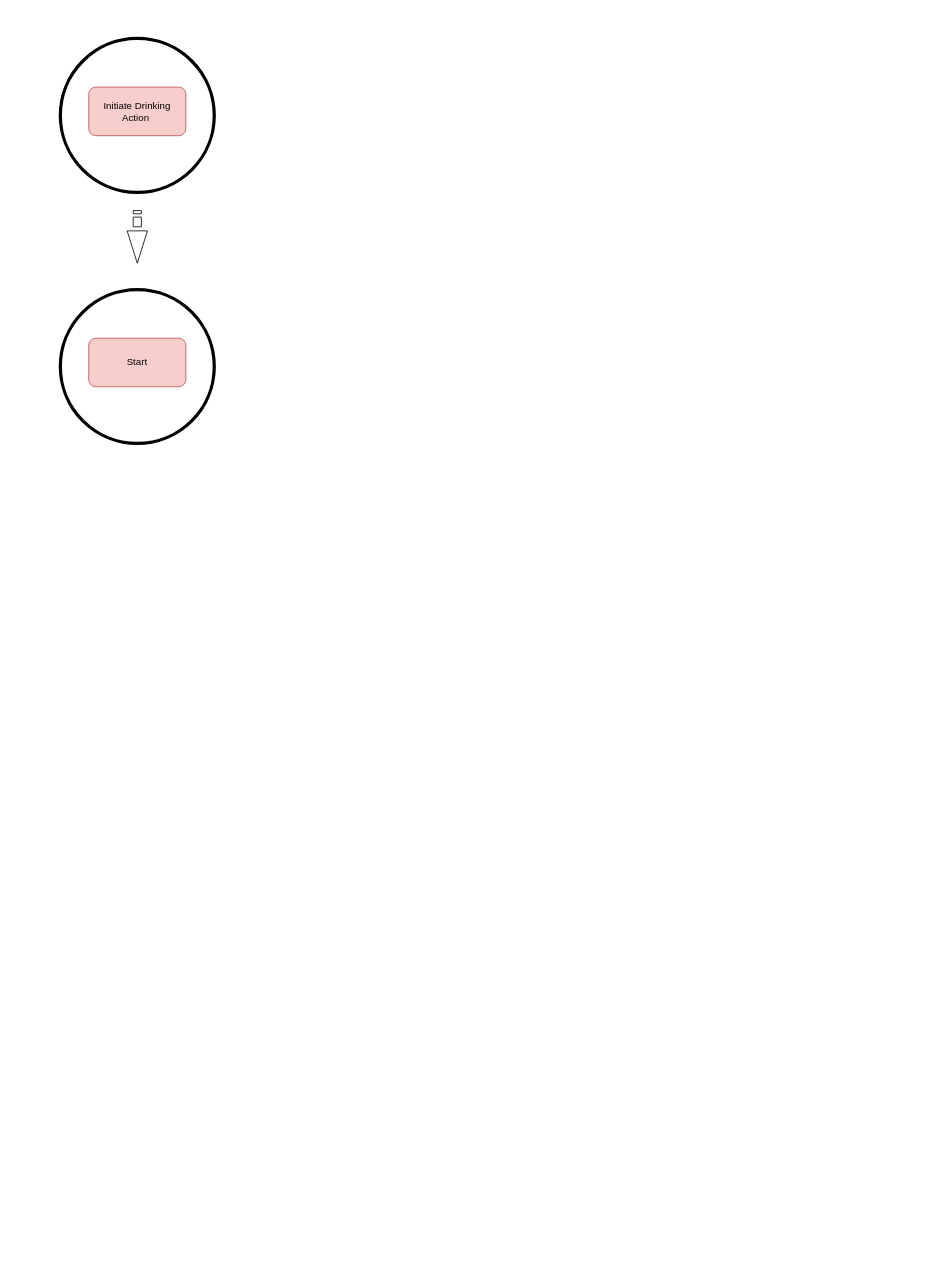
The draw.io diagram DataCollectionApp/FlowDiagram.drawio in io23632/ML_Project, before the edit. Source tidied: cells renumbered, new cells numbered last; positions are measured from the earlier drawing's top-left corner, leaving out a move shared by most shapes. Both pictures are drawn from the tidied source at 81%, with x=0, y=0 at pixel (60, 38).
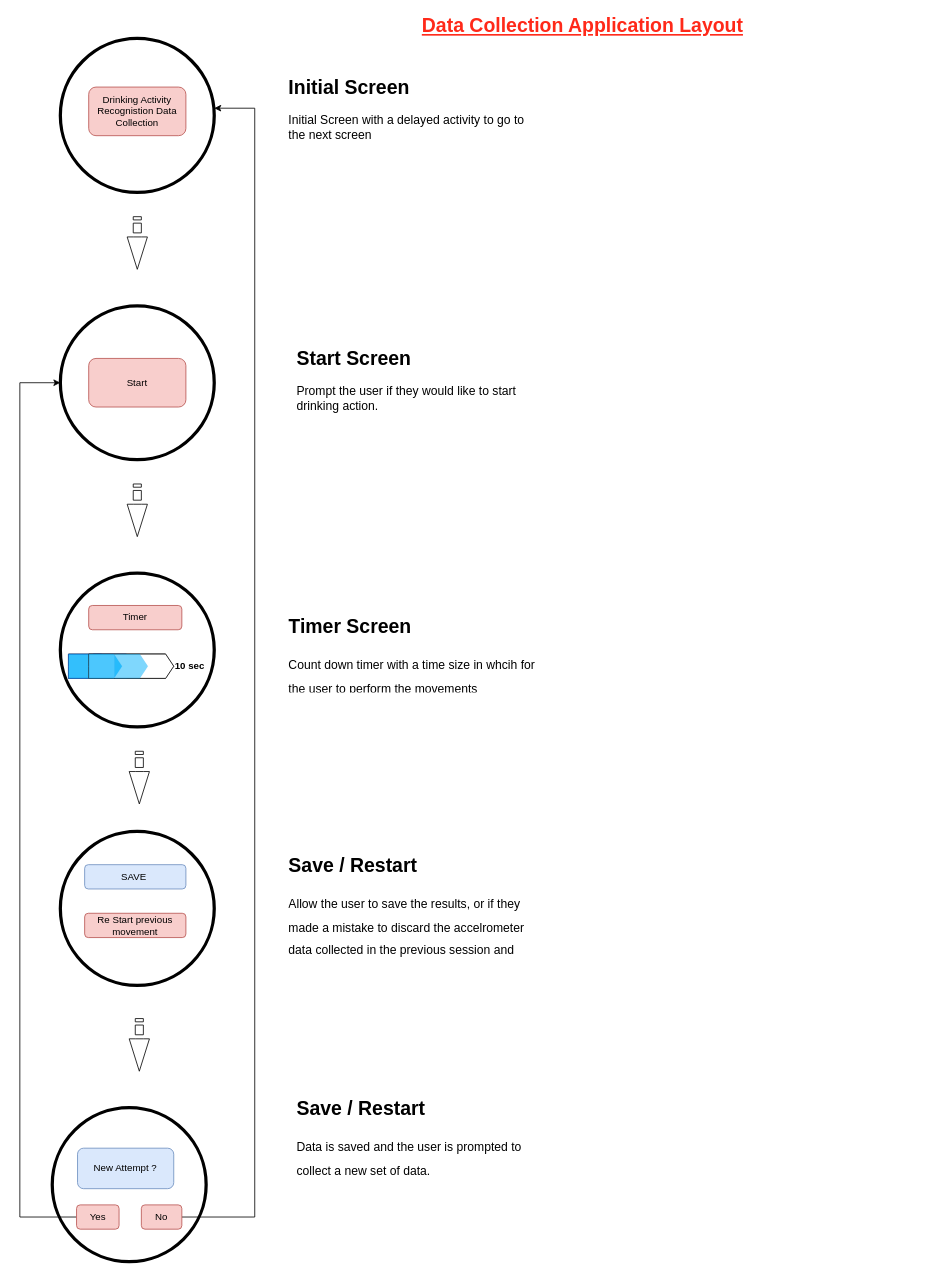
The same page after the edit.

The change refers to these unchanged cells:
```xml
<mxCell id="2" style="ellipse;whiteSpace=wrap;html=1;gradientColor=none;strokeWidth=4;" parent="1" vertex="1">
  <mxGeometry width="190" height="190" as="geometry" />
</mxCell>
```

Diff of the diagram source:
```diff
@@
-    <mxCell id="3" value="Initiate Drinking Action&amp;nbsp;" style="rounded=1;whiteSpace=wrap;html=1;fillColor=#f8cecc;strokeColor=#b85450;" parent="1" vertex="1">
+    <mxCell id="3" value="Drinking Activity Recognistion Data Collection" style="rounded=1;whiteSpace=wrap;html=1;fillColor=#f8cecc;strokeColor=#b85450;" parent="1" vertex="1">
       <mxGeometry x="35" y="60" width="120" height="60" as="geometry" />
     </mxCell>
     <mxCell id="4" style="html=1;shadow=0;dashed=0;align=center;verticalAlign=middle;shape=mxgraph.arrows2.stripedArrow;dy=0.6;dx=40;notch=25;rotation=90;" parent="1" vertex="1">
-      <mxGeometry x="62.5" y="232.5" width="65" height="25" as="geometry" />
+      <mxGeometry x="62.5" y="240" width="65" height="25" as="geometry" />
     </mxCell>
     <mxCell id="5" style="ellipse;whiteSpace=wrap;html=1;gradientColor=none;strokeWidth=4;" parent="1" vertex="1">
-      <mxGeometry y="310" width="190" height="190" as="geometry" />
+      <mxGeometry y="330" width="190" height="190" as="geometry" />
     </mxCell>
     <mxCell id="6" value="Start" style="rounded=1;whiteSpace=wrap;html=1;fillColor=#f8cecc;strokeColor=#b85450;" parent="1" vertex="1">
-      <mxGeometry x="35" y="370" width="120" height="60" as="geometry" />
+      <mxGeometry x="35" y="395" width="120" height="60" as="geometry" />
     </mxCell>
+    <mxCell id="7" value="&lt;h1 style=&quot;margin-top: 0px;&quot;&gt;Initial Screen&lt;/h1&gt;&lt;p&gt;&lt;font style=&quot;font-size: 15px;&quot;&gt;Initial Screen with a delayed activity to go to the next screen&lt;/font&gt;&lt;/p&gt;" style="text;html=1;whiteSpace=wrap;overflow=hidden;rounded=0;" parent="1" vertex="1">
+      <mxGeometry x="280" y="40" width="310" height="100" as="geometry" />
+    </mxCell>
+    <mxCell id="8" value="&lt;h1 style=&quot;margin-top: 0px;&quot;&gt;Start Screen&lt;/h1&gt;&lt;p&gt;&lt;font style=&quot;font-size: 15px;&quot;&gt;Prompt the user if they would like to start drinking action.&lt;/font&gt;&lt;/p&gt;" style="text;html=1;whiteSpace=wrap;overflow=hidden;rounded=0;" parent="1" vertex="1">
+      <mxGeometry x="290" y="375" width="310" height="100" as="geometry" />
+    </mxCell>
+    <mxCell id="9" value="&lt;font color=&quot;#ff2919&quot; style=&quot;font-size: 24px;&quot;&gt;&lt;b&gt;&lt;u&gt;Data Collection Application Layout&lt;/u&gt;&lt;/b&gt;&lt;/font&gt;" style="text;html=1;align=center;verticalAlign=middle;whiteSpace=wrap;rounded=0;" parent="1" vertex="1">
+      <mxGeometry x="240" y="-30" width="810" height="30" as="geometry" />
+    </mxCell>
+    <mxCell id="10" style="html=1;shadow=0;dashed=0;align=center;verticalAlign=middle;shape=mxgraph.arrows2.stripedArrow;dy=0.6;dx=40;notch=25;rotation=90;" parent="1" vertex="1">
+      <mxGeometry x="62.5" y="570" width="65" height="25" as="geometry" />
+    </mxCell>
+    <mxCell id="11" value="&lt;pre style=&quot;&quot;&gt;&lt;br&gt;&lt;/pre&gt;" style="ellipse;whiteSpace=wrap;html=1;gradientColor=none;strokeWidth=4;" parent="1" vertex="1">
+      <mxGeometry y="660" width="190" height="190" as="geometry" />
+    </mxCell>
+    <mxCell id="12" value="&lt;h1 style=&quot;margin-top: 0px;&quot;&gt;&lt;span style=&quot;background-color: initial;&quot;&gt;Timer Screen&amp;nbsp;&lt;/span&gt;&lt;/h1&gt;&lt;h1 style=&quot;margin-top: 0px;&quot;&gt;&lt;span style=&quot;font-size: 15px; background-color: initial; font-weight: normal;&quot;&gt;Count down timer with a time size in whcih for the user to perform the movements&amp;nbsp;&lt;/span&gt;&lt;br&gt;&lt;/h1&gt;" style="text;html=1;whiteSpace=wrap;overflow=hidden;rounded=0;" parent="1" vertex="1">
+      <mxGeometry x="280" y="705" width="310" height="100" as="geometry" />
+    </mxCell>
+    <mxCell id="13" value="&lt;pre style=&quot;&quot;&gt;&lt;br&gt;&lt;/pre&gt;" style="ellipse;whiteSpace=wrap;html=1;gradientColor=none;strokeWidth=4;" parent="1" vertex="1">
+      <mxGeometry y="979" width="190" height="190" as="geometry" />
+    </mxCell>
+    <mxCell id="14" value="SAVE&amp;nbsp;" style="rounded=1;whiteSpace=wrap;html=1;fillColor=#dae8fc;strokeColor=#6c8ebf;" parent="1" vertex="1">
+      <mxGeometry x="30" y="1020" width="125" height="30" as="geometry" />
+    </mxCell>
+    <mxCell id="15" style="html=1;shadow=0;dashed=0;align=center;verticalAlign=middle;shape=mxgraph.arrows2.stripedArrow;dy=0.6;dx=40;notch=25;rotation=90;" parent="1" vertex="1">
+      <mxGeometry x="65" y="900" width="65" height="25" as="geometry" />
+    </mxCell>
+    <mxCell id="16" value="Re Start previous movement" style="rounded=1;whiteSpace=wrap;html=1;fillColor=#f8cecc;strokeColor=#b85450;" parent="1" vertex="1">
+      <mxGeometry x="30" y="1080" width="125" height="30" as="geometry" />
+    </mxCell>
+    <mxCell id="17" value="&lt;h1 style=&quot;margin-top: 0px;&quot;&gt;&lt;span style=&quot;background-color: initial;&quot;&gt;Save / Restart&amp;nbsp;&lt;/span&gt;&lt;/h1&gt;&lt;h1 style=&quot;margin-top: 0px;&quot;&gt;&lt;span style=&quot;font-size: 15px; font-weight: 400;&quot;&gt;Allow the user to save the results, or if they made a mistake to discard the accelrometer data collected in the previous session and&amp;nbsp;&lt;/span&gt;&lt;/h1&gt;" style="text;html=1;whiteSpace=wrap;overflow=hidden;rounded=0;" parent="1" vertex="1">
+      <mxGeometry x="280" y="1000" width="310" height="160" as="geometry" />
+    </mxCell>
+    <mxCell id="18" value="Timer" style="rounded=1;whiteSpace=wrap;html=1;fillColor=#f8cecc;strokeColor=#b85450;" parent="1" vertex="1">
+      <mxGeometry x="35" y="700" width="115" height="30" as="geometry" />
+    </mxCell>
+    <mxCell id="19" style="group;opacity=20;" parent="1" vertex="1">
+      <mxGeometry x="10" y="760" width="130" height="30" as="geometry" />
+    </mxCell>
+    <mxCell id="20" style="html=1;shadow=0;dashed=0;align=center;verticalAlign=middle;shape=mxgraph.arrows2.arrow;dy=0;dx=10;notch=0;" parent="19" vertex="1">
+      <mxGeometry width="130" height="30" as="geometry" />
+    </mxCell>
+    <mxCell id="21" style="html=1;shadow=0;dashed=0;align=center;verticalAlign=middle;shape=mxgraph.arrows2.arrow;dy=0;dx=10;notch=0;fillColor=#00B0FC;strokeColor=#1864cd;opacity=80;" parent="19" vertex="1">
+      <mxGeometry width="51" height="30" as="geometry" />
+    </mxCell>
+    <mxCell id="22" style="html=1;shadow=0;dashed=0;align=center;verticalAlign=middle;shape=mxgraph.arrows2.arrow;dy=0;dx=10;notch=0;fillColor=#00B0FC;strokeColor=#1864cd;opacity=90;" parent="19" vertex="1">
+      <mxGeometry x="30.6" width="51" height="30" as="geometry" />
+    </mxCell>
+    <mxCell id="23" style="group;opacity=70;strokeWidth=0;fillColor=default;" parent="19" vertex="1">
+      <mxGeometry x="25" width="105" height="30" as="geometry" />
+    </mxCell>
+    <mxCell id="24" style="html=1;shadow=0;dashed=0;align=center;verticalAlign=middle;shape=mxgraph.arrows2.arrow;dy=0;dx=10;notch=0;" parent="23" vertex="1">
+      <mxGeometry width="105" height="30" as="geometry" />
+    </mxCell>
+    <mxCell id="25" style="html=1;shadow=0;dashed=0;align=center;verticalAlign=middle;shape=mxgraph.arrows2.arrow;dy=0;dx=10;notch=0;fillColor=#00B0FC;strokeColor=#1864cd;strokeWidth=0;opacity=70;" parent="23" vertex="1">
+      <mxGeometry width="41.2" height="30" as="geometry" />
+    </mxCell>
+    <mxCell id="26" style="html=1;shadow=0;dashed=0;align=center;verticalAlign=middle;shape=mxgraph.arrows2.arrow;dy=0;dx=10;notch=0;fillColor=#00B0FC;strokeColor=#1864cd;opacity=50;strokeWidth=0;" parent="19" vertex="1">
+      <mxGeometry x="56.9" width="41.2" height="30" as="geometry" />
+    </mxCell>
+    <mxCell id="27" value="&lt;b&gt;10 sec&lt;/b&gt;" style="text;html=1;align=center;verticalAlign=middle;whiteSpace=wrap;rounded=0;" parent="1" vertex="1">
+      <mxGeometry x="130" y="760" width="60" height="30" as="geometry" />
+    </mxCell>
+    <mxCell id="28" value="&lt;pre style=&quot;&quot;&gt;&lt;br&gt;&lt;/pre&gt;" style="ellipse;whiteSpace=wrap;html=1;gradientColor=none;strokeWidth=4;" parent="1" vertex="1">
+      <mxGeometry x="-10" y="1320" width="190" height="190" as="geometry" />
+    </mxCell>
+    <mxCell id="29" value="New Attempt ?" style="rounded=1;whiteSpace=wrap;html=1;fillColor=#dae8fc;strokeColor=#6c8ebf;" parent="1" vertex="1">
+      <mxGeometry x="21.2" y="1370" width="118.8" height="50" as="geometry" />
+    </mxCell>
+    <mxCell id="30" style="edgeStyle=orthogonalEdgeStyle;rounded=0;jettySize=auto;html=1;entryX=0;entryY=0.5;entryDx=0;entryDy=0;" parent="1" edge="1" source="31" target="5">
+      <mxGeometry relative="1" as="geometry">
+        <Array as="points">
+          <mxPoint x="-50" y="1455" />
+          <mxPoint x="-50" y="425" />
+        </Array>
+      </mxGeometry>
+    </mxCell>
+    <mxCell id="31" value="Yes" style="rounded=1;whiteSpace=wrap;html=1;fillColor=#f8cecc;strokeColor=#b85450;" parent="1" vertex="1">
+      <mxGeometry x="20" y="1440" width="52.5" height="30" as="geometry" />
+    </mxCell>
+    <mxCell id="32" value="&lt;h1 style=&quot;margin-top: 0px;&quot;&gt;&lt;span style=&quot;background-color: initial;&quot;&gt;Save / Restart&amp;nbsp;&lt;/span&gt;&lt;/h1&gt;&lt;h1 style=&quot;margin-top: 0px;&quot;&gt;&lt;span style=&quot;font-size: 15px; font-weight: 400;&quot;&gt;Data is saved and the user is prompted to collect a new set of data.&amp;nbsp;&lt;/span&gt;&lt;/h1&gt;" style="text;html=1;whiteSpace=wrap;overflow=hidden;rounded=0;" parent="1" vertex="1">
+      <mxGeometry x="290" y="1300" width="310" height="160" as="geometry" />
+    </mxCell>
+    <mxCell id="33" style="html=1;shadow=0;dashed=0;align=center;verticalAlign=middle;shape=mxgraph.arrows2.stripedArrow;dy=0.6;dx=40;notch=25;rotation=90;" parent="1" vertex="1">
+      <mxGeometry x="65" y="1230" width="65" height="25" as="geometry" />
+    </mxCell>
+    <mxCell id="34" style="edgeStyle=orthogonalEdgeStyle;rounded=0;jettySize=auto;html=1;entryX=1;entryY=0.453;entryDx=0;entryDy=0;entryPerimeter=0;" parent="1" edge="1" source="35" target="2">
+      <mxGeometry relative="1" as="geometry">
+        <Array as="points">
+          <mxPoint x="240" y="1455" />
+          <mxPoint x="240" y="86" />
+        </Array>
+      </mxGeometry>
+    </mxCell>
+    <mxCell id="35" value="No" style="rounded=1;whiteSpace=wrap;html=1;fillColor=#f8cecc;strokeColor=#b85450;" parent="1" vertex="1">
+      <mxGeometry x="100" y="1440" width="50" height="30" as="geometry" />
+    </mxCell>
```
